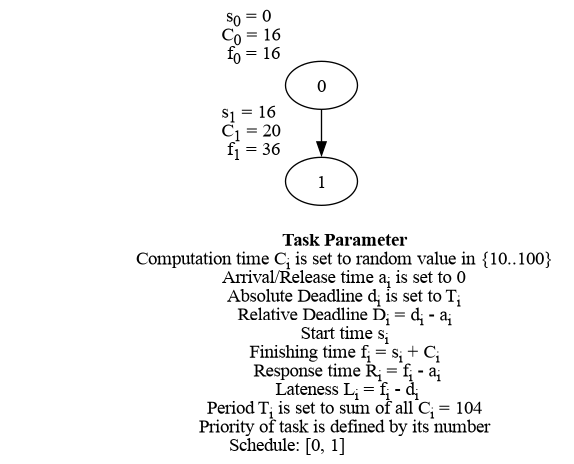
Above: task_graphs/Beispiel/graph2.png in anja-graf/dag-task-graphs (Graphviz), before the change. Its source is kept beside it as task_graphs/Beispiel/graph2.dot.
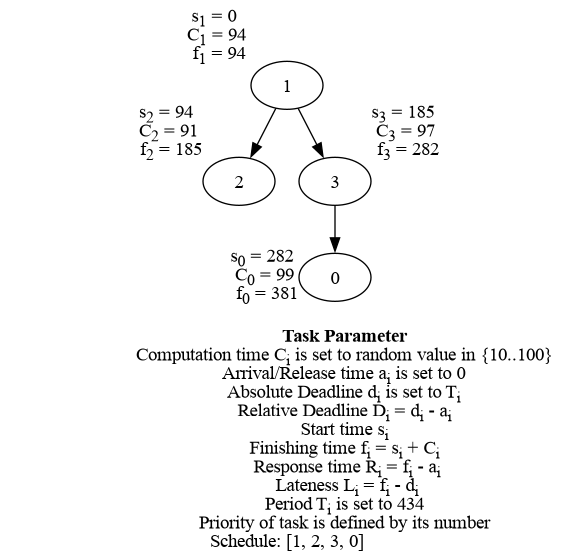
After the commit.

Diff of the diagram source:
```diff
@@ -9,11 +9,15 @@
                         Finishing time f<sub>i</sub> = s<sub>i</sub> + C<sub>i</sub> <br/>
                         Response time R<sub>i</sub> = f<sub>i</sub> - a<sub>i</sub><br/>
                         Lateness L<sub>i</sub> = f<sub>i</sub> - d<sub>i</sub> <br/>
-                        Period T<sub>i</sub> is set to sum of all C<sub>i</sub> = 104 <br/>
+                        Period T<sub>i</sub> is set to 434 <br/>
                         Priority of task is defined by its number <br/>
-                        Schedule: [0, 1]
+                        Schedule: [1, 2, 3, 0]
                         >
-	0 [label="0",xlabel=<s<sub>0</sub> = 0 <br/> C<sub>0</sub> = 16 <br/> f<sub>0</sub> = 16>];
-	1 [label="1",xlabel=<s<sub>1</sub> = 16 <br/> C<sub>1</sub> = 20 <br/> f<sub>1</sub> = 36>];
-	0 -> 1;
+	0 [label="0",xlabel=<s<sub>0</sub> = 282 <br/> C<sub>0</sub> = 99 <br/> f<sub>0</sub> = 381>];
+	1 [label="1",xlabel=<s<sub>1</sub> = 0 <br/> C<sub>1</sub> = 94 <br/> f<sub>1</sub> = 94>];
+	2 [label="2",xlabel=<s<sub>2</sub> = 94 <br/> C<sub>2</sub> = 91 <br/> f<sub>2</sub> = 185>];
+	3 [label="3",xlabel=<s<sub>3</sub> = 185 <br/> C<sub>3</sub> = 97 <br/> f<sub>3</sub> = 282>];
+	1 -> 3;
+	3 -> 0;
+	1 -> 2;
 }
```
